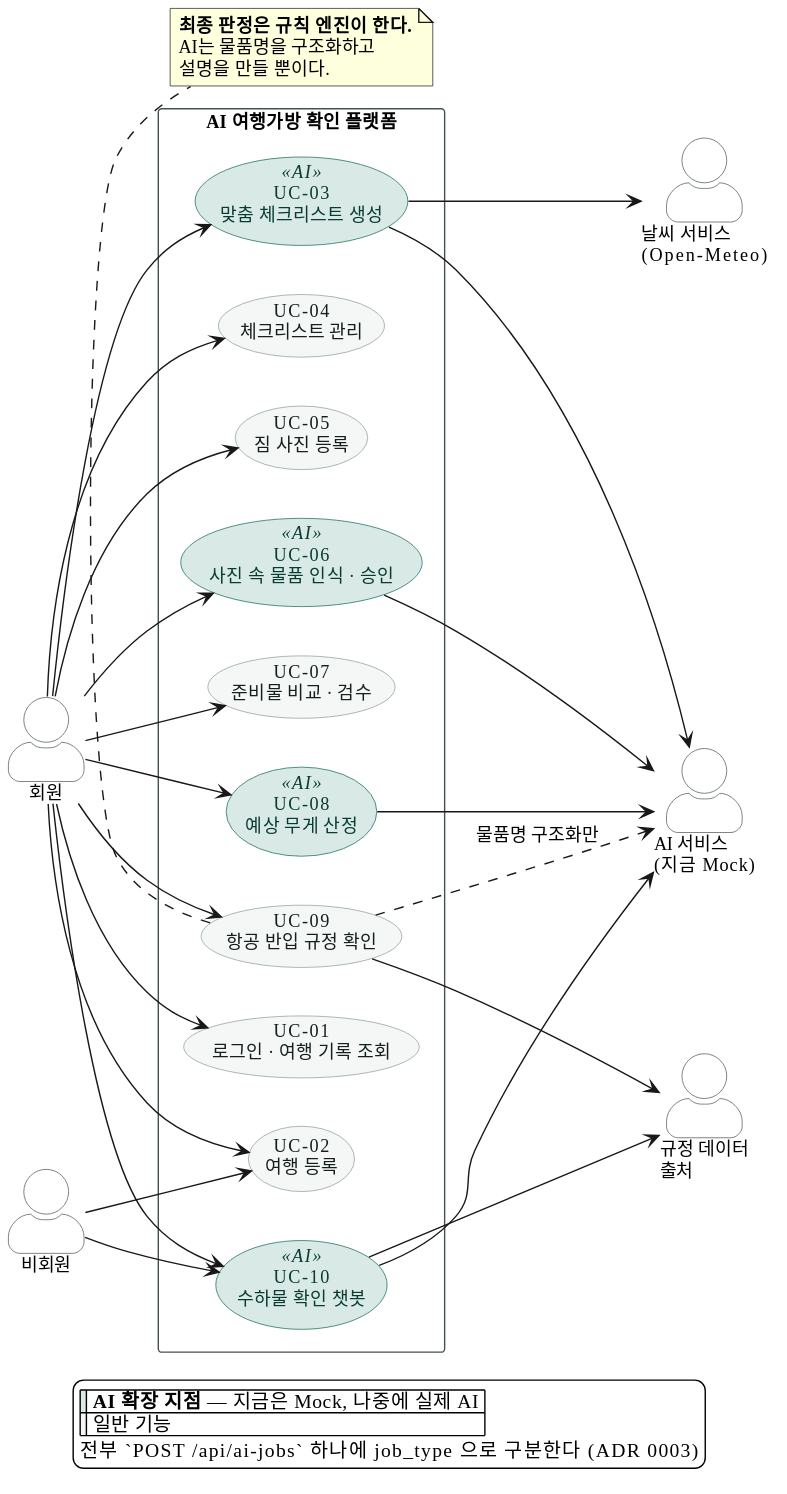
Above: docs/images/02-usecase.svg in SangMyeong5426/skala-mini-ai-web-service (PlantUML), before the change.
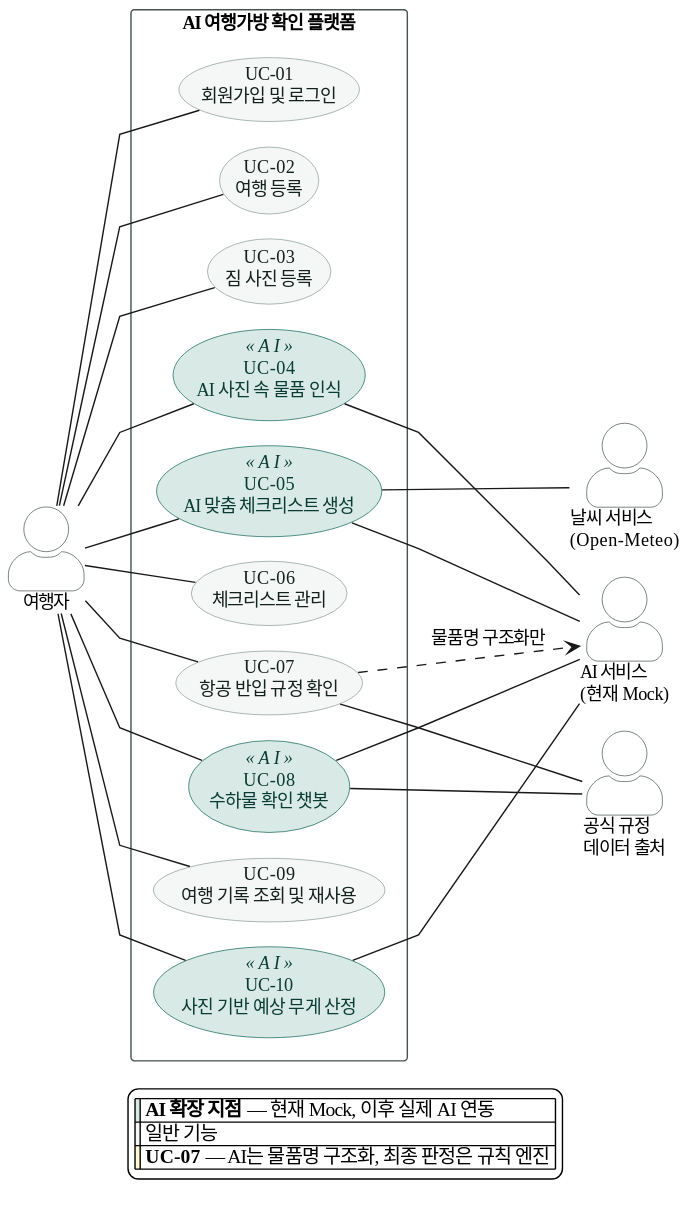
The same file after the commit.

Commit message:
docs(docs): 상세 기능 명세에 맞춰 Use-Case 다이어그램 수정 (#19)

Change to the diagram source:
```diff
@@ -3,6 +3,9 @@
 left to right direction
 skinparam backgroundColor #FFFFFF
 skinparam shadowing false
+skinparam linetype polyline
+skinparam nodesep 18
+skinparam ranksep 32
 skinparam defaultFontName "Apple SD Gothic Neo"
 skinparam defaultFontSize 13
 skinparam actorStyle awesome
@@ -24,61 +27,49 @@
   FontStyle bold
 }
 
-actor "회원" as MEMBER
-actor "비회원" as GUEST
-
-actor "AI 서비스\n(지금 Mock)" as AI
-actor "규정 데이터\n출처" as RULES
-actor "날씨 서비스\n(Open-Meteo)" as WEATHER
+actor "여행자" as TRAVELER
 
 rectangle "AI 여행가방 확인 플랫폼" {
+  usecase "UC-01\n회원가입 및 로그인" as UC01
+  usecase "UC-02\n여행 등록" as UC02
+  usecase "UC-03\n짐 사진 등록" as UC03
+  usecase "UC-04\nAI 사진 속 물품 인식" as UC04 <<AI>>
+  usecase "UC-05\nAI 맞춤 체크리스트 생성" as UC05 <<AI>>
+  usecase "UC-06\n체크리스트 관리" as UC06
+  usecase "UC-07\n항공 반입 규정 확인" as UC07
+  usecase "UC-08\n수하물 확인 챗봇" as UC08 <<AI>>
+  usecase "UC-09\n여행 기록 조회 및 재사용" as UC09
+  usecase "UC-10\n사진 기반 예상 무게 산정" as UC10 <<AI>>
 
-  usecase "UC-01\n로그인 · 여행 기록 조회" as UC01
-  usecase "UC-02\n여행 등록" as UC02
-  usecase "UC-03\n맞춤 체크리스트 생성" as UC03 <<AI>>
-  usecase "UC-04\n체크리스트 관리" as UC04
-  usecase "UC-05\n짐 사진 등록" as UC05
-  usecase "UC-06\n사진 속 물품 인식 · 승인" as UC06 <<AI>>
-  usecase "UC-07\n준비물 비교 · 검수" as UC07
-  usecase "UC-08\n예상 무게 산정" as UC08 <<AI>>
-  usecase "UC-09\n항공 반입 규정 확인" as UC09
-  usecase "UC-10\n수하물 확인 챗봇" as UC10 <<AI>>
 }
 
-MEMBER --> UC01
-MEMBER --> UC02
-MEMBER --> UC03
-MEMBER --> UC04
-MEMBER --> UC05
-MEMBER --> UC06
-MEMBER --> UC07
-MEMBER --> UC08
-MEMBER --> UC09
-MEMBER --> UC10
+actor "AI 서비스\n(현재 Mock)" as AI
+actor "날씨 서비스\n(Open-Meteo)" as WEATHER
+actor "공식 규정\n데이터 출처" as RULES
 
-GUEST --> UC02
-GUEST --> UC10
+TRAVELER -- UC01
+TRAVELER -- UC02
+TRAVELER -- UC03
+TRAVELER -- UC04
+TRAVELER -- UC05
+TRAVELER -- UC06
+TRAVELER -- UC07
+TRAVELER -- UC08
+TRAVELER -- UC09
+TRAVELER -- UC10
 
-UC03 --> AI
-UC06 --> AI
-UC08 --> AI
-UC10 --> AI
-UC09 ..> AI : 물품명 구조화만
-
-UC09 --> RULES
-UC10 --> RULES
-UC03 --> WEATHER
-
-
-note bottom of UC09
-  **최종 판정은 규칙 엔진이 한다.**
-  AI는 물품명을 구조화하고
-  설명을 만들 뿐이다.
-end note
+UC04 -- AI
+UC05 -- AI
+UC07 ..> AI : 물품명 구조화만
+UC08 -- AI
+UC10 -- AI
+UC05 -- WEATHER
+UC07 -- RULES
+UC08 -- RULES
 
 legend bottom
-  |<#D9EAE6>| **AI 확장 지점** — 지금은 Mock, 나중에 실제 AI |
+  |<#D9EAE6>| **AI 확장 지점** — 현재 Mock, 이후 실제 AI 연동 |
   |<#F5F7F6>| 일반 기능 |
-  전부 `POST /api/ai-jobs` 하나에 job_type 으로 구분한다 (ADR 0003)
+  |<#FFF8D5>| **UC-07** — AI는 물품명 구조화, 최종 판정은 규칙 엔진 |
 endlegend
 @enduml
```
